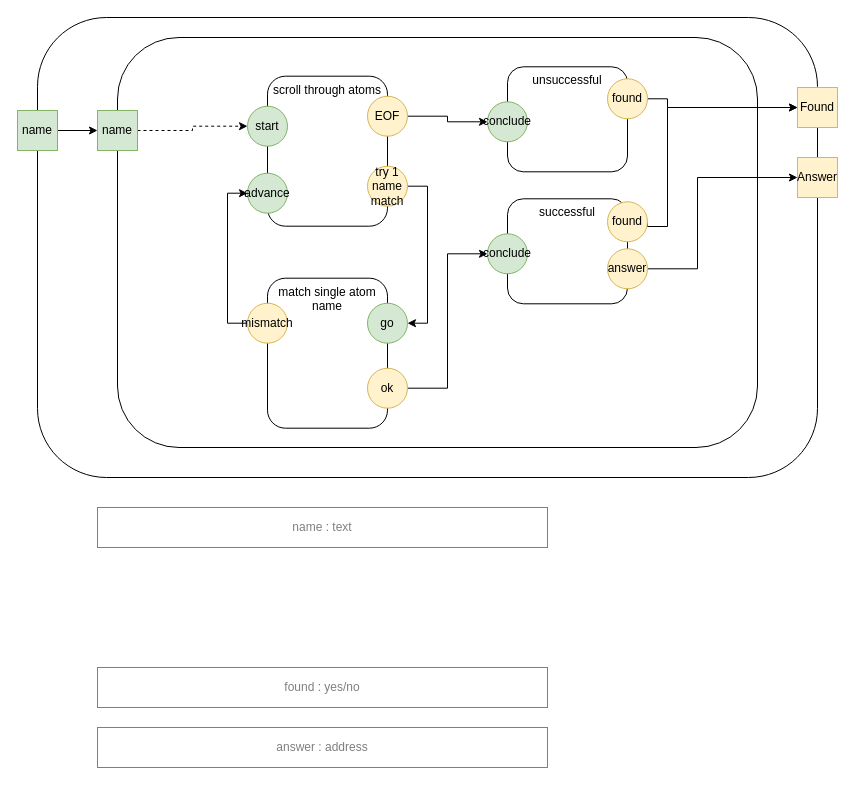
Above: page "lookup" (4 of 7) of eval.drawio in guitarvydas/dasl2 (draw.io), before the change. Source tidied: cells renumbered, new cells numbered last; positions are measured from the earlier drawing's top-left corner, leaving out a move shared by most shapes. Both pictures are drawn from the tidied source at 100%, with x=0, y=0 at pixel (17, 17).
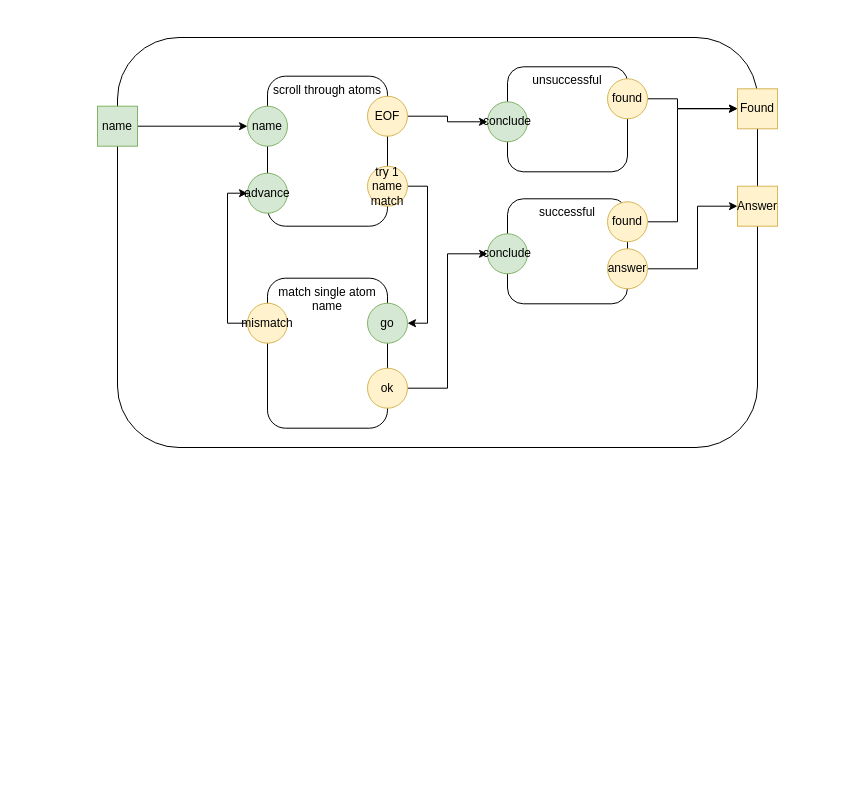
The same diagram, later.

Unchanged cells that the change refers to:
```xml
<mxCell id="16" value="answer" style="ellipse;whiteSpace=wrap;html=1;fillColor=#fff2cc;strokeColor=#d6b656;" parent="1" vertex="1">
  <mxGeometry x="590" y="231.3" width="40" height="40" as="geometry" />
</mxCell>
<mxCell id="26" value="found" style="ellipse;whiteSpace=wrap;html=1;fillColor=#fff2cc;strokeColor=#d6b656;" parent="1" vertex="1">
  <mxGeometry x="590" y="61.3" width="40" height="40" as="geometry" />
</mxCell>
<mxCell id="28" value="found" style="ellipse;whiteSpace=wrap;html=1;fillColor=#fff2cc;strokeColor=#d6b656;" parent="1" vertex="1">
  <mxGeometry x="590" y="184.3" width="40" height="40" as="geometry" />
</mxCell>
```

Change to the diagram source:
```diff
@@
-    <mxCell id="2" style="rounded=1;whiteSpace=wrap;html=1;" parent="1" vertex="1">
-      <mxGeometry x="20" width="780" height="460" as="geometry" />
-    </mxCell>
@@
     <mxCell id="15" style="edgeStyle=orthogonalEdgeStyle;rounded=0;jettySize=auto;html=1;exitX=1;exitY=0.5;exitDx=0;exitDy=0;entryX=0;entryY=0.5;entryDx=0;entryDy=0;" parent="1" edge="1" source="16" target="33">
       <mxGeometry relative="1" as="geometry">
         <Array as="points">
           <mxPoint x="680" y="251" />
-          <mxPoint x="680" y="160" />
+          <mxPoint x="680" y="189" />
         </Array>
       </mxGeometry>
     </mxCell>
@@
-    <mxCell id="24" value="start" style="ellipse;whiteSpace=wrap;html=1;fillColor=#d5e8d4;strokeColor=#82b366;" parent="1" vertex="1">
+    <mxCell id="24" value="name" style="ellipse;whiteSpace=wrap;html=1;fillColor=#d5e8d4;strokeColor=#82b366;" parent="1" vertex="1">
       <mxGeometry x="230" y="88.7" width="40" height="40" as="geometry" />
     </mxCell>
-    <mxCell id="25" style="edgeStyle=orthogonalEdgeStyle;rounded=0;jettySize=auto;html=1;exitX=1;exitY=0.5;exitDx=0;exitDy=0;entryX=0;entryY=0.5;entryDx=0;entryDy=0;" parent="1" edge="1" source="26" target="32">
+    <mxCell id="25" style="edgeStyle=orthogonalEdgeStyle;rounded=0;jettySize=auto;html=1;exitX=1;exitY=0.5;exitDx=0;exitDy=0;" parent="1" edge="1" source="26" target="32">
       <mxGeometry relative="1" as="geometry">
         <Array as="points">
-          <mxPoint x="650" y="81" />
-          <mxPoint x="650" y="90" />
+          <mxPoint x="660" y="81" />
+          <mxPoint x="660" y="91" />
         </Array>
       </mxGeometry>
     </mxCell>
@@
     <mxCell id="27" style="edgeStyle=orthogonalEdgeStyle;rounded=0;jettySize=auto;html=1;exitX=1;exitY=0.5;exitDx=0;exitDy=0;entryX=0;entryY=0.5;entryDx=0;entryDy=0;" parent="1" edge="1" source="28" target="32">
       <mxGeometry relative="1" as="geometry">
         <Array as="points">
-          <mxPoint x="630" y="209" />
-          <mxPoint x="650" y="209" />
-          <mxPoint x="650" y="90" />
+          <mxPoint x="660" y="204" />
+          <mxPoint x="660" y="91" />
         </Array>
       </mxGeometry>
     </mxCell>
@@
-    <mxCell id="29" value="name : text" style="rounded=0;whiteSpace=wrap;html=1;opacity=50;textOpacity=50;" parent="1" vertex="1">
-      <mxGeometry x="80" y="490" width="450" height="40" as="geometry" />
-    </mxCell>
-    <mxCell id="30" style="edgeStyle=orthogonalEdgeStyle;rounded=0;jettySize=auto;html=1;exitX=1;exitY=0.5;exitDx=0;exitDy=0;entryX=0;entryY=0.5;entryDx=0;entryDy=0;" parent="1" edge="1" source="31" target="37">
-      <mxGeometry relative="1" as="geometry" />
-    </mxCell>
-    <mxCell id="31" value="name" style="whiteSpace=wrap;html=1;fillColor=#d5e8d4;strokeColor=#82b366;" parent="1" vertex="1">
-      <mxGeometry y="93" width="40" height="40" as="geometry" />
-    </mxCell>
     <mxCell id="32" value="Found" style="whiteSpace=wrap;html=1;fillColor=#fff2cc;strokeColor=#d6b656;" parent="1" vertex="1">
-      <mxGeometry x="780" y="70" width="40" height="40" as="geometry" />
+      <mxGeometry x="720" y="71.3" width="40" height="40" as="geometry" />
     </mxCell>
     <mxCell id="33" value="Answer" style="whiteSpace=wrap;html=1;fillColor=#fff2cc;strokeColor=#d6b656;" parent="1" vertex="1">
-      <mxGeometry x="780" y="140" width="40" height="40" as="geometry" />
+      <mxGeometry x="720" y="168.7" width="40" height="40" as="geometry" />
     </mxCell>
-    <mxCell id="34" value="found : yes/no" style="rounded=0;whiteSpace=wrap;html=1;opacity=50;textOpacity=50;" parent="1" vertex="1">
-      <mxGeometry x="80" y="650" width="450" height="40" as="geometry" />
-    </mxCell>
-    <mxCell id="35" value="answer : address" style="rounded=0;whiteSpace=wrap;html=1;opacity=50;textOpacity=50;" parent="1" vertex="1">
-      <mxGeometry x="80" y="710" width="450" height="40" as="geometry" />
-    </mxCell>
-    <mxCell id="36" style="edgeStyle=orthogonalEdgeStyle;rounded=0;jettySize=auto;html=1;dashed=1;" parent="1" edge="1" source="37" target="24">
+    <mxCell id="36" style="edgeStyle=orthogonalEdgeStyle;rounded=0;jettySize=auto;html=1;exitX=1;exitY=0.5;exitDx=0;exitDy=0;entryX=0;entryY=0.5;entryDx=0;entryDy=0;" parent="1" edge="1" source="37" target="24">
       <mxGeometry relative="1" as="geometry" />
     </mxCell>
     <mxCell id="37" value="name" style="whiteSpace=wrap;html=1;fillColor=#d5e8d4;strokeColor=#82b366;" parent="1" vertex="1">
-      <mxGeometry x="80" y="93" width="40" height="40" as="geometry" />
+      <mxGeometry x="80" y="88.7" width="40" height="40" as="geometry" />
     </mxCell>
```
